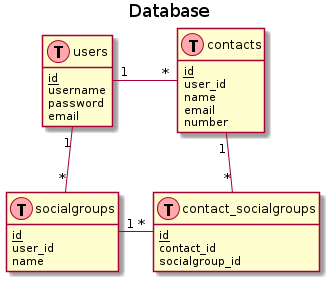
Above: diagrams/database/database.png in itggot-gosta-larsson/webbserver-slutprojekt (PlantUML), before the change.
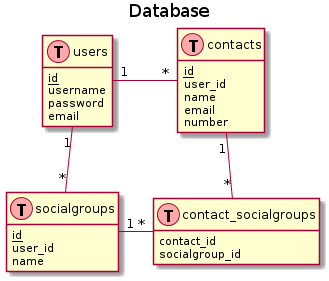
The same diagram one commit later.

What changed in the source:
```diff
@@ -26,7 +26,6 @@
     }
 
     class contact_socialgroups << (T,#FFAAAA) >> {
-        <u>id</u>
         contact_id
         socialgroup_id
     }
```
